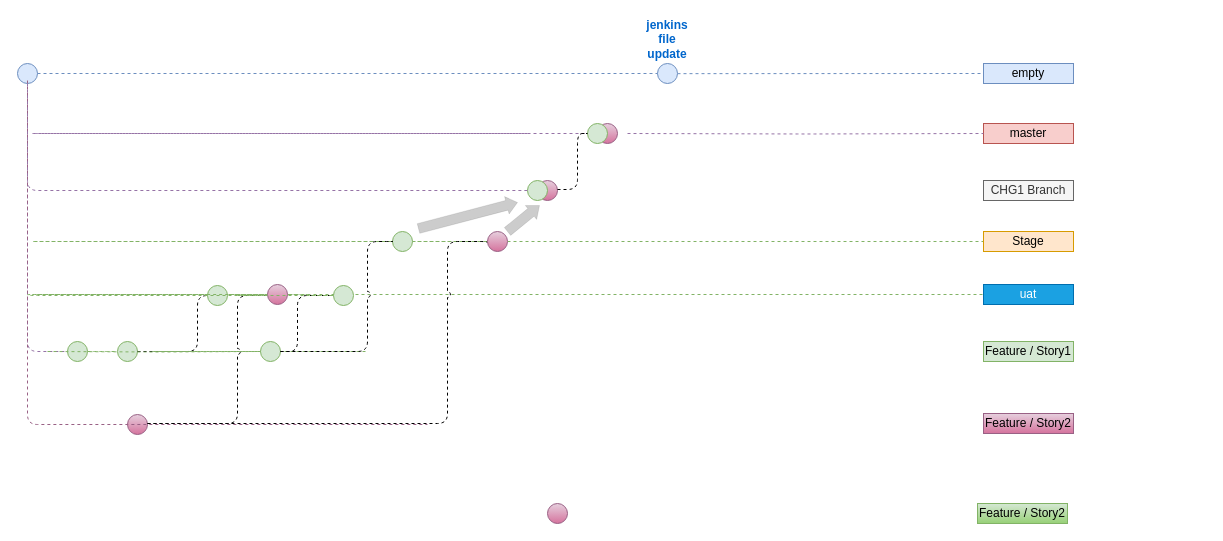
This is Untitled Diagram.drawio from krkamani/rebaseTest, a draw.io file, before an edit. Source tidied: cells renumbered, new cells numbered last; positions are measured from the earlier drawing's top-left corner, leaving out a move shared by most shapes. Both pictures are drawn from the tidied source at 100%, with x=0, y=0 at pixel (17, 63).
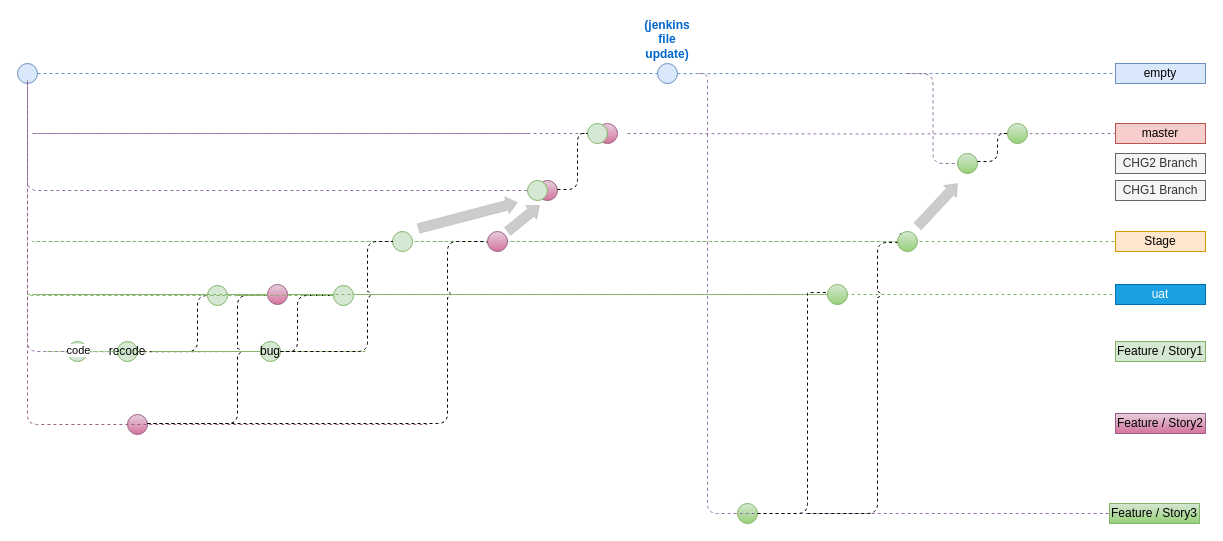
The same page after the edit.

Unchanged cells that the change refers to:
```xml
<mxCell id="19" style="edgeStyle=orthogonalEdgeStyle;rounded=1;jettySize=auto;html=1;dashed=1;endArrow=none;endFill=0;fillColor=#d5e8d4;strokeColor=#82b366;" parent="1" edge="1" target="18">
  <mxGeometry relative="1" as="geometry">
    <mxPoint x="30" y="288" as="sourcePoint" />
  </mxGeometry>
</mxCell>
<mxCell id="34" style="ellipse;whiteSpace=wrap;html=1;fillColor=#e6d0de;strokeColor=#996185;gradientColor=#d5739d;" parent="1" vertex="1">
  <mxGeometry x="250" y="221" width="20" height="20" as="geometry" />
</mxCell>
<mxCell id="37" style="ellipse;whiteSpace=wrap;html=1;fillColor=#e6d0de;strokeColor=#996185;gradientColor=#d5739d;" parent="1" vertex="1">
  <mxGeometry x="470" y="168" width="20" height="20" as="geometry" />
</mxCell>
```

Change to the diagram source:
```diff
@@
-    <mxCell id="2" style="edgeStyle=orthogonalEdgeStyle;rounded=1;jettySize=auto;html=1;dashed=1;endArrow=none;endFill=0;fillColor=#d5e8d4;strokeColor=#82b366;entryX=0;entryY=0.5;entryDx=0;entryDy=0;startArrow=none;" parent="1" edge="1" source="37" target="9">
+    <mxCell id="2" style="edgeStyle=orthogonalEdgeStyle;rounded=1;jettySize=auto;html=1;dashed=1;endArrow=none;endFill=0;fillColor=#d5e8d4;strokeColor=#82b366;entryX=0;entryY=0.5;entryDx=0;entryDy=0;startArrow=none;" parent="1" edge="1" source="56" target="9">
       <mxGeometry relative="1" as="geometry">
         <Array as="points">
           <mxPoint x="10" y="178" />
         </Array>
       </mxGeometry>
     </mxCell>
@@
     <mxCell id="4" value="empty" style="text;html=1;strokeColor=#6c8ebf;fillColor=#dae8fc;align=center;verticalAlign=middle;whiteSpace=wrap;rounded=0;" parent="1" vertex="1">
-      <mxGeometry x="966" width="90" height="20" as="geometry" />
+      <mxGeometry x="1098" width="90" height="20" as="geometry" />
     </mxCell>
     <mxCell id="5" value="master" style="text;html=1;strokeColor=#b85450;fillColor=#f8cecc;align=center;verticalAlign=middle;whiteSpace=wrap;rounded=0;" parent="1" vertex="1">
-      <mxGeometry x="966" y="60" width="90" height="20" as="geometry" />
+      <mxGeometry x="1098" y="60" width="90" height="20" as="geometry" />
     </mxCell>
@@
     <mxCell id="9" value="Stage" style="text;html=1;strokeColor=#d79b00;fillColor=#ffe6cc;align=center;verticalAlign=middle;whiteSpace=wrap;rounded=0;fontSize=12;" parent="1" vertex="1">
-      <mxGeometry x="966" y="168" width="90" height="20" as="geometry" />
+      <mxGeometry x="1098" y="168" width="90" height="20" as="geometry" />
     </mxCell>
-    <mxCell id="10" style="edgeStyle=orthogonalEdgeStyle;rounded=1;jettySize=auto;html=1;dashed=1;endArrow=none;endFill=0;fillColor=#d5e8d4;strokeColor=#82b366;entryX=0;entryY=0.5;entryDx=0;entryDy=0;startArrow=none;" parent="1" edge="1" source="34" target="11">
+    <mxCell id="10" style="edgeStyle=orthogonalEdgeStyle;rounded=1;jettySize=auto;html=1;dashed=1;endArrow=none;endFill=0;fillColor=#d5e8d4;strokeColor=#82b366;entryX=0;entryY=0.5;entryDx=0;entryDy=0;startArrow=none;" parent="1" edge="1" source="53" target="11">
       <mxGeometry relative="1" as="geometry">
         <Array as="points">
           <mxPoint x="10" y="231" />
         </Array>
       </mxGeometry>
     </mxCell>
     <mxCell id="11" value="uat" style="text;html=1;strokeColor=#006EAF;fillColor=#1ba1e2;align=center;verticalAlign=middle;whiteSpace=wrap;rounded=0;fontColor=#ffffff;" parent="1" vertex="1">
-      <mxGeometry x="966" y="221" width="90" height="20" as="geometry" />
+      <mxGeometry x="1098" y="221" width="90" height="20" as="geometry" />
     </mxCell>
@@
-    <mxCell id="13" style="ellipse;whiteSpace=wrap;html=1;fillColor=#d5e8d4;strokeColor=#82b366;" parent="1" vertex="1">
+    <mxCell id="13" value="recode" style="ellipse;whiteSpace=wrap;html=1;fillColor=#d5e8d4;strokeColor=#82b366;" parent="1" vertex="1">
       <mxGeometry x="100" y="278" width="20" height="20" as="geometry" />
     </mxCell>
@@
-    <mxCell id="18" style="ellipse;whiteSpace=wrap;html=1;fillColor=#d5e8d4;strokeColor=#82b366;" parent="1" vertex="1">
+    <mxCell id="18" value="bug" style="ellipse;whiteSpace=wrap;html=1;fillColor=#d5e8d4;strokeColor=#82b366;" parent="1" vertex="1">
       <mxGeometry x="243" y="278" width="20" height="20" as="geometry" />
     </mxCell>
@@
+    <mxCell id="50" value="code" style="edgeLabel;html=1;align=center;verticalAlign=middle;" parent="19" vertex="1">
+      <mxGeometry x="-0.72" y="2" relative="1" as="geometry" />
+    </mxCell>
@@
     <mxCell id="25" value="CHG1 Branch" style="text;html=1;strokeColor=#666666;fillColor=#f5f5f5;align=center;verticalAlign=middle;whiteSpace=wrap;rounded=0;fontSize=12;fontColor=#333333;" parent="1" vertex="1">
-      <mxGeometry x="966" y="117" width="90" height="20" as="geometry" />
+      <mxGeometry x="1098" y="117" width="90" height="20" as="geometry" />
     </mxCell>
@@
     <mxCell id="28" value="Feature / Story1" style="text;html=1;strokeColor=#82b366;fillColor=#d5e8d4;align=center;verticalAlign=middle;whiteSpace=wrap;rounded=0;" parent="1" vertex="1">
-      <mxGeometry x="966" y="278" width="90" height="20" as="geometry" />
+      <mxGeometry x="1098" y="278" width="90" height="20" as="geometry" />
     </mxCell>
@@
     <mxCell id="30" value="Feature / Story2" style="text;html=1;strokeColor=#996185;fillColor=#e6d0de;align=center;verticalAlign=middle;whiteSpace=wrap;rounded=0;gradientColor=#d5739d;" parent="1" vertex="1">
-      <mxGeometry x="966" y="350" width="90" height="20" as="geometry" />
+      <mxGeometry x="1098" y="350" width="90" height="20" as="geometry" />
     </mxCell>
@@
-    <mxCell id="46" value="Feature / Story2" style="text;html=1;strokeColor=#82b366;fillColor=#d5e8d4;align=center;verticalAlign=middle;whiteSpace=wrap;rounded=0;gradientColor=#97d077;" parent="1" vertex="1">
-      <mxGeometry x="960" y="440" width="90" height="20" as="geometry" />
+    <mxCell id="46" value="Feature / Story3&lt;br&gt;" style="text;html=1;strokeColor=#82b366;fillColor=#d5e8d4;align=center;verticalAlign=middle;whiteSpace=wrap;rounded=0;gradientColor=#97d077;" parent="1" vertex="1">
+      <mxGeometry x="1092" y="440" width="90" height="20" as="geometry" />
     </mxCell>
-    <mxCell id="47" style="ellipse;whiteSpace=wrap;html=1;fillColor=#e6d0de;strokeColor=#996185;gradientColor=#d5739d;" parent="1" vertex="1">
-      <mxGeometry x="530" y="440" width="20" height="20" as="geometry" />
-    </mxCell>
-    <mxCell id="48" value="jenkins file update" style="ellipse;whiteSpace=wrap;html=1;fillColor=#dae8fc;strokeColor=#6c8ebf;fontStyle=1;labelPosition=center;verticalLabelPosition=top;align=center;verticalAlign=bottom;fontColor=#0066CC;" parent="1" vertex="1">
+    <mxCell id="48" value="(jenkins file update)" style="ellipse;whiteSpace=wrap;html=1;fillColor=#dae8fc;strokeColor=#6c8ebf;fontStyle=1;labelPosition=center;verticalLabelPosition=top;align=center;verticalAlign=bottom;fontColor=#0066CC;" parent="1" vertex="1">
       <mxGeometry x="640" width="20" height="20" as="geometry" />
     </mxCell>
@@
+    <mxCell id="47" style="ellipse;whiteSpace=wrap;html=1;fillColor=#d5e8d4;strokeColor=#82b366;gradientColor=#97d077;" parent="1" vertex="1">
+      <mxGeometry x="720" y="440" width="20" height="20" as="geometry" />
+    </mxCell>
+    <mxCell id="51" style="edgeStyle=orthogonalEdgeStyle;rounded=1;jettySize=auto;html=1;dashed=1;endArrow=none;endFill=0;fontSize=12;fontColor=#FFB570;fillColor=#e1d5e7;strokeColor=#9673a6;" parent="1" edge="1" target="46">
+      <mxGeometry relative="1" as="geometry">
+        <mxPoint x="682" y="10" as="sourcePoint" />
+        <Array as="points">
+          <mxPoint x="690" y="10" />
+          <mxPoint x="690" y="450" />
+        </Array>
+      </mxGeometry>
+    </mxCell>
+    <mxCell id="52" style="edgeStyle=orthogonalEdgeStyle;rounded=1;orthogonalLoop=1;jettySize=auto;html=1;dashed=1;endArrow=none;endFill=0;fontSize=12;fontColor=#FFB570;jumpStyle=arc;jumpSize=6;exitX=1;exitY=0.5;exitDx=0;exitDy=0;" parent="1" edge="1">
+      <mxGeometry relative="1" as="geometry">
+        <mxPoint x="740" y="450" as="sourcePoint" />
+        <mxPoint x="820" y="229" as="targetPoint" />
+        <Array as="points">
+          <mxPoint x="790" y="450" />
+          <mxPoint x="790" y="229" />
+        </Array>
+      </mxGeometry>
+    </mxCell>
+    <mxCell id="53" style="ellipse;whiteSpace=wrap;html=1;fillColor=#d5e8d4;strokeColor=#82b366;gradientColor=#97d077;" parent="1" vertex="1">
+      <mxGeometry x="810" y="221" width="20" height="20" as="geometry" />
+    </mxCell>
+    <mxCell id="54" style="edgeStyle=orthogonalEdgeStyle;rounded=1;jettySize=auto;html=1;dashed=1;endArrow=none;endFill=0;fillColor=#d5e8d4;strokeColor=#82b366;entryX=0;entryY=0.5;entryDx=0;entryDy=0;startArrow=none;" parent="1" edge="1" source="34" target="53">
+      <mxGeometry relative="1" as="geometry" />
+    </mxCell>
+    <mxCell id="55" style="edgeStyle=orthogonalEdgeStyle;rounded=1;orthogonalLoop=1;jettySize=auto;html=1;dashed=1;endArrow=none;endFill=0;fontSize=12;fontColor=#FFB570;jumpStyle=arc;jumpSize=6;exitX=1;exitY=0.5;exitDx=0;exitDy=0;entryX=0;entryY=0;entryDx=0;entryDy=0;" parent="1" edge="1">
+      <mxGeometry relative="1" as="geometry">
+        <mxPoint x="790" y="450" as="sourcePoint" />
+        <mxPoint x="882.9" y="169.9" as="targetPoint" />
+        <Array as="points">
+          <mxPoint x="860" y="450" />
+          <mxPoint x="860" y="179" />
+          <mxPoint x="883" y="179" />
+        </Array>
+      </mxGeometry>
+    </mxCell>
+    <mxCell id="56" style="ellipse;whiteSpace=wrap;html=1;fillColor=#d5e8d4;strokeColor=#82b366;gradientColor=#97d077;" parent="1" vertex="1">
+      <mxGeometry x="880" y="168" width="20" height="20" as="geometry" />
+    </mxCell>
+    <mxCell id="57" value="CHG2 Branch" style="text;html=1;strokeColor=#666666;fillColor=#f5f5f5;align=center;verticalAlign=middle;whiteSpace=wrap;rounded=0;fontSize=12;fontColor=#333333;" parent="1" vertex="1">
+      <mxGeometry x="1098" y="90" width="90" height="20" as="geometry" />
+    </mxCell>
+    <mxCell id="58" style="ellipse;whiteSpace=wrap;html=1;fillColor=#d5e8d4;strokeColor=#82b366;gradientColor=#97d077;" parent="1" vertex="1">
+      <mxGeometry x="940" y="90" width="20" height="20" as="geometry" />
+    </mxCell>
+    <mxCell id="59" style="edgeStyle=orthogonalEdgeStyle;rounded=1;jettySize=auto;html=1;dashed=1;endArrow=none;endFill=0;fontSize=12;fontColor=#FFB570;fillColor=#e1d5e7;strokeColor=#9673a6;entryX=0;entryY=0.5;entryDx=0;entryDy=0;" parent="1" edge="1" target="58">
+      <mxGeometry relative="1" as="geometry">
+        <mxPoint x="890" y="10" as="sourcePoint" />
+      </mxGeometry>
+    </mxCell>
+    <mxCell id="60" style="shape=flexArrow;endArrow=classic;html=1;rounded=0;endWidth=8;endSize=3.67;strokeWidth=0;fillColor=#CCCCCC;" parent="1" edge="1">
+      <mxGeometry relative="1" as="geometry">
+        <mxPoint x="900" y="163" as="sourcePoint" />
+        <mxPoint x="940" y="120" as="targetPoint" />
+      </mxGeometry>
+    </mxCell>
+    <mxCell id="61" style="edgeStyle=orthogonalEdgeStyle;rounded=1;orthogonalLoop=1;jettySize=auto;html=1;dashed=1;endArrow=none;endFill=0;fontSize=12;fontColor=#FFB570;jumpStyle=arc;jumpSize=6;exitX=1;exitY=0.5;exitDx=0;exitDy=0;" parent="1" edge="1">
+      <mxGeometry relative="1" as="geometry">
+        <mxPoint x="960" y="98" as="sourcePoint" />
+        <mxPoint x="990" y="70" as="targetPoint" />
+        <Array as="points">
+          <mxPoint x="980" y="98" />
+        </Array>
+      </mxGeometry>
+    </mxCell>
+    <mxCell id="62" style="ellipse;whiteSpace=wrap;html=1;fillColor=#d5e8d4;strokeColor=#82b366;gradientColor=#97d077;" parent="1" vertex="1">
+      <mxGeometry x="990" y="60" width="20" height="20" as="geometry" />
+    </mxCell>
```
